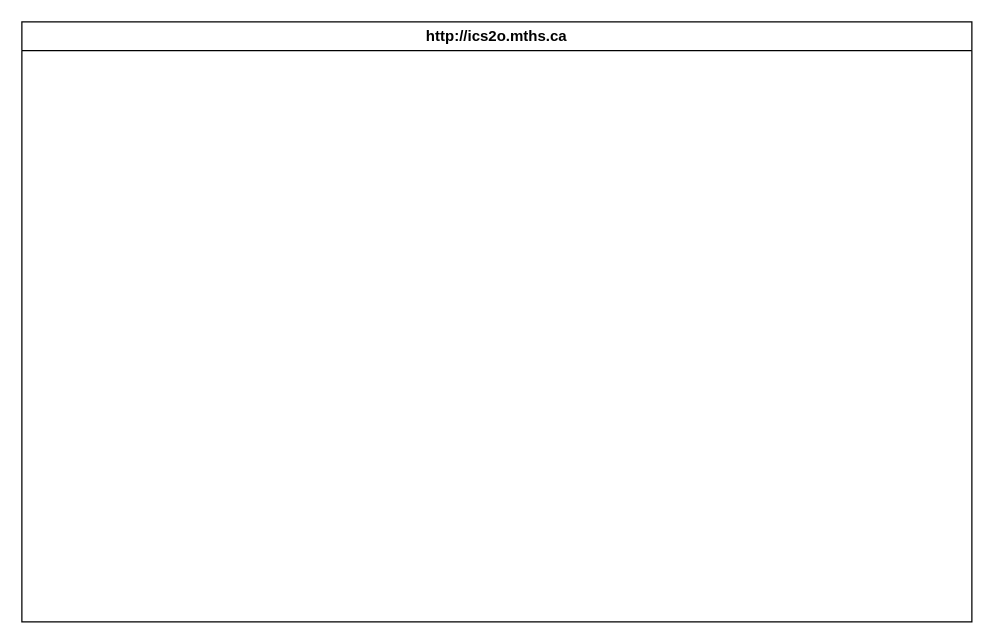
This is design/storyboard.drawio from MTHS-ICD2O-1-2023/ICD2O-Unit-5-08-Adam-Batiuk, a draw.io file, before an edit. Source tidied: cells renumbered, new cells numbered last; positions are measured from the earlier drawing's top-left corner, leaving out a move shared by most shapes. Both pictures are drawn from the tidied source at 125%, with x=0, y=0 at pixel (21, 21).
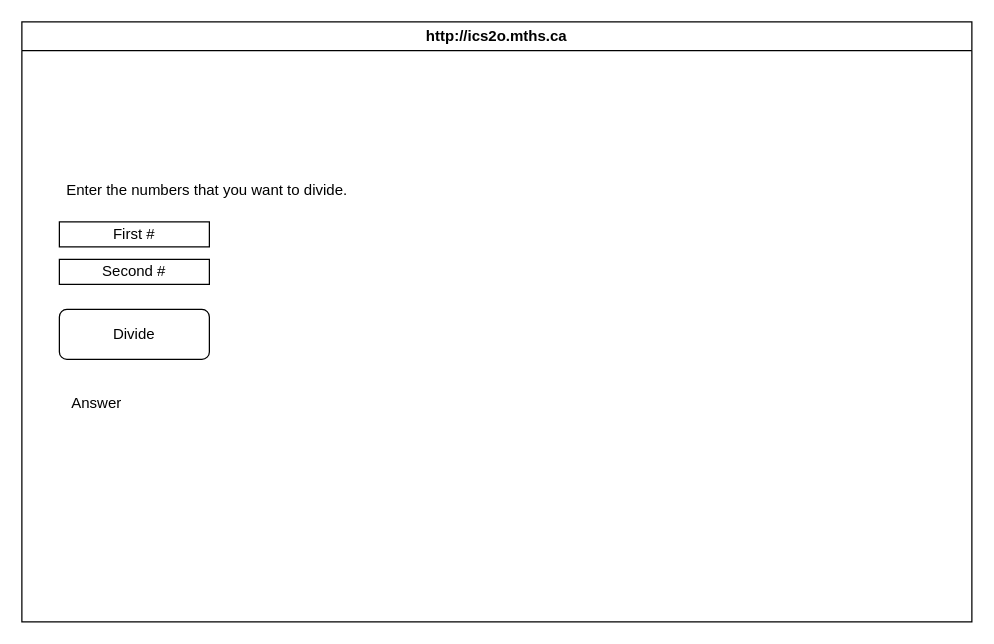
The same diagram, later.

Diff of the diagram source:
```diff
@@
 <mxGraphModel>
   <root>
     <mxCell id="0" />
     <mxCell id="1" parent="0" />
     <mxCell id="2" value="http://ics2o.mths.ca" style="swimlane;whiteSpace=wrap;html=1;" parent="1" vertex="1">
       <mxGeometry width="760" height="480" as="geometry" />
     </mxCell>
+    <mxCell id="3" value="Enter the numbers that you want to divide.&amp;nbsp;" style="text;html=1;strokeColor=none;fillColor=none;align=center;verticalAlign=middle;whiteSpace=wrap;rounded=0;" parent="2" vertex="1">
+      <mxGeometry x="30" y="120" width="240" height="30" as="geometry" />
+    </mxCell>
+    <mxCell id="4" value="First #" style="rounded=0;whiteSpace=wrap;html=1;" parent="2" vertex="1">
+      <mxGeometry x="30" y="160" width="120" height="20" as="geometry" />
+    </mxCell>
+    <mxCell id="5" value="Second #" style="rounded=0;whiteSpace=wrap;html=1;" parent="2" vertex="1">
+      <mxGeometry x="30" y="190" width="120" height="20" as="geometry" />
+    </mxCell>
+    <mxCell id="6" value="Divide" style="rounded=1;whiteSpace=wrap;html=1;" parent="2" vertex="1">
+      <mxGeometry x="30" y="230" width="120" height="40" as="geometry" />
+    </mxCell>
+    <mxCell id="7" value="Answer" style="text;html=1;strokeColor=none;fillColor=none;align=center;verticalAlign=middle;whiteSpace=wrap;rounded=0;" parent="2" vertex="1">
+      <mxGeometry x="30" y="290" width="60" height="30" as="geometry" />
+    </mxCell>
   </root>
 </mxGraphModel>
```
